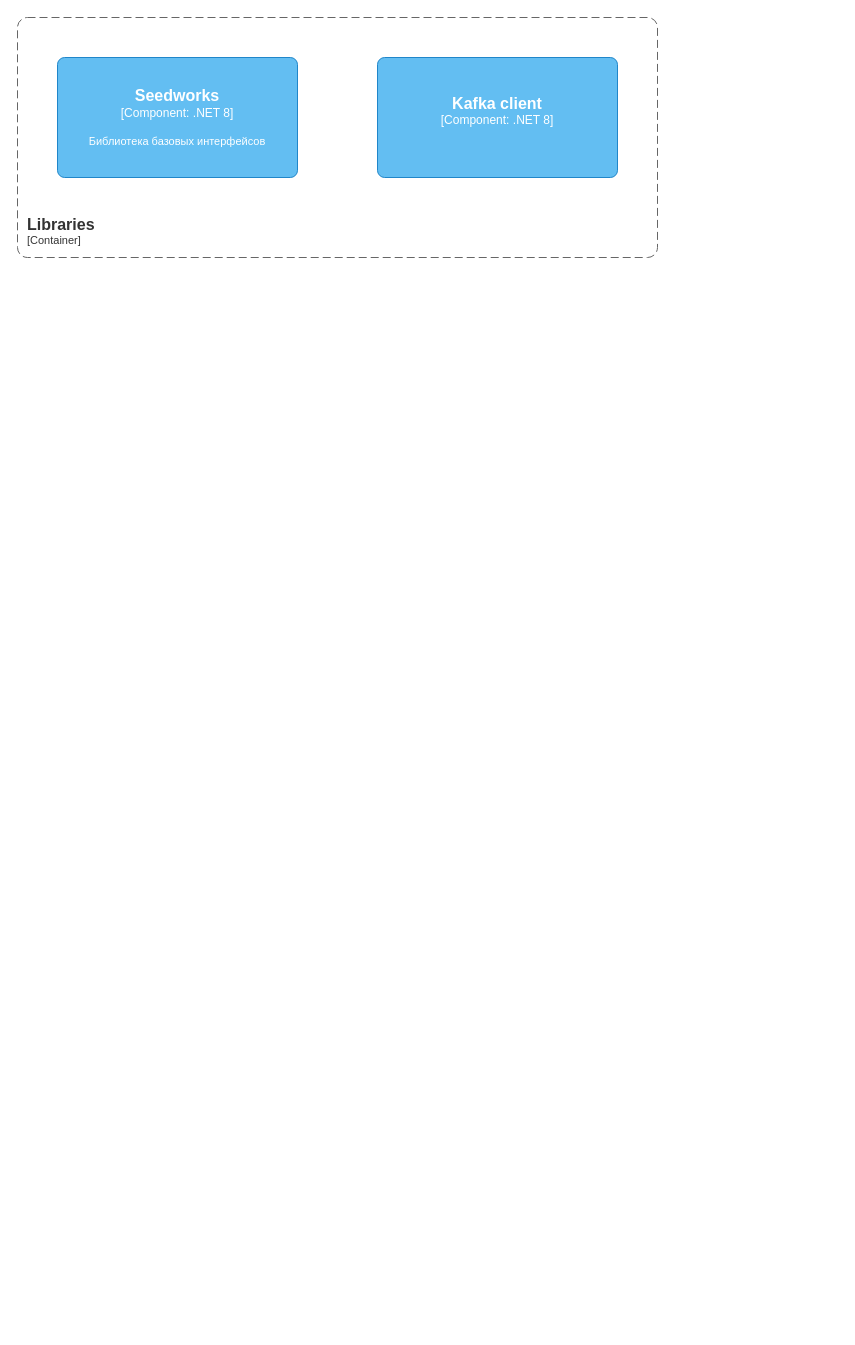
Ekstrem/DigiTFactory.Arch keeps this draw.io diagram as page "Container Libraries" (2 of 2) of plan.drawio. Above is the earlier version. Source tidied: cells renumbered, new cells numbered last; positions are measured from the earlier drawing's top-left corner, leaving out a move shared by most shapes. Both pictures are drawn from the tidied source at 100%, with x=0, y=0 at pixel (17, 17).
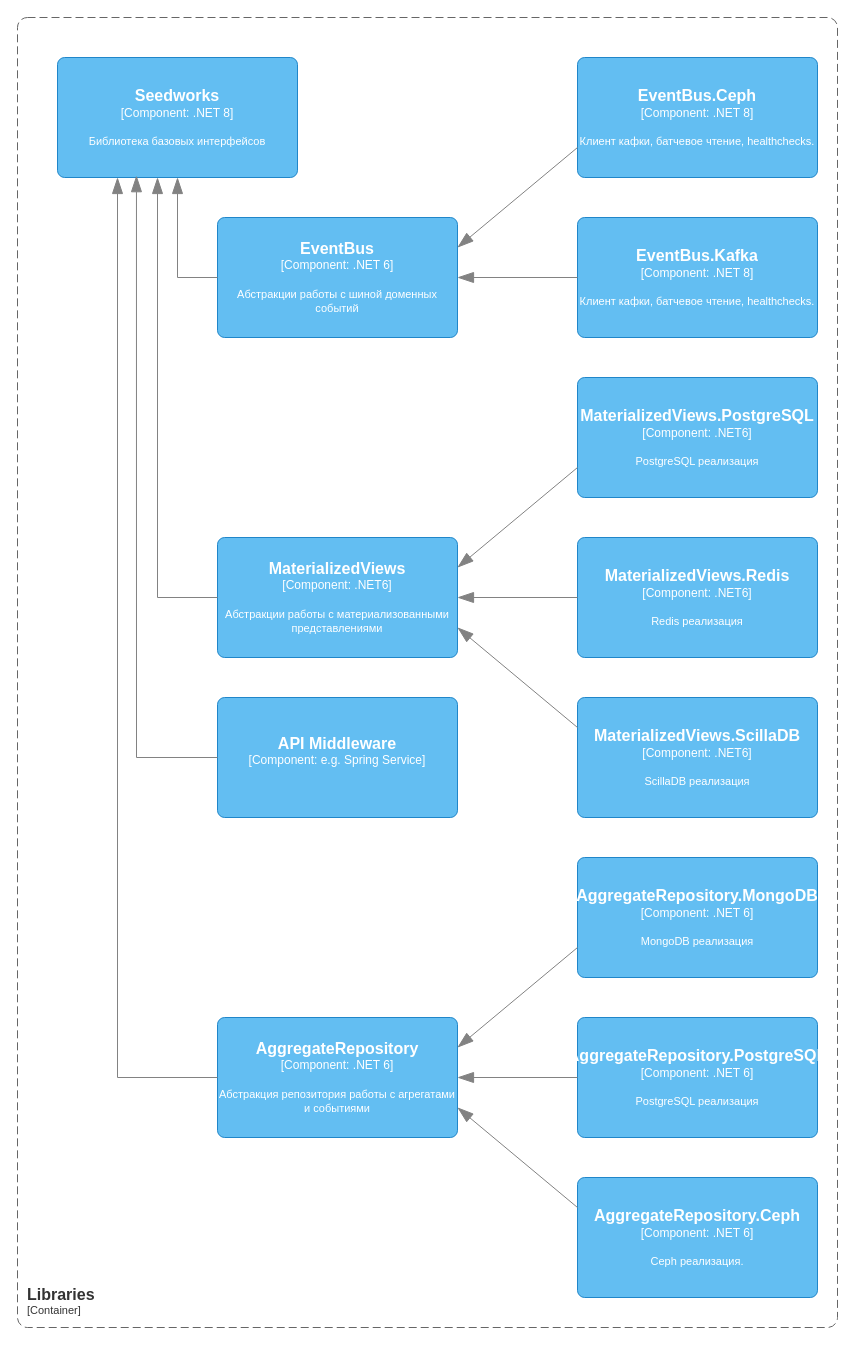
The same page after the edit.

The change refers to these unchanged cells:
```xml
<object id="2" label="&lt;font style=&quot;font-size: 16px&quot;&gt;&lt;b&gt;%c4Name%&lt;/b&gt;&lt;/font&gt;&lt;div&gt;[%c4Type%: %c4Technology%]&lt;/div&gt;&lt;br&gt;&lt;div&gt;&lt;font style=&quot;font-size: 11px&quot;&gt;%c4Description%&lt;/font&gt;&lt;/div&gt;" c4Description="Библиотека базовых интерфейсов" c4Name="Seedworks" c4Technology=".NET 8" c4Type="Component" placeholders="1">
  <mxCell style="rounded=1;whiteSpace=wrap;html=1;labelBackgroundColor=none;fillColor=#63BEF2;fontColor=#ffffff;align=center;arcSize=6;strokeColor=#2086C9;points=[[0.25,0,0],[0.5,0,0],[0.75,0,0],[1,0.25,0],[1,0.5,0],[1,0.75,0],[0.75,1,0],[0.5,1,0],[0.25,1,0],[0,0.75,0],[0,0.5,0],[0,0.25,0]];" parent="1" vertex="1">
    <mxGeometry x="40" y="40" width="240" height="120" as="geometry" />
  </mxCell>
</object>
```

What changed in the source:
```diff
@@
-    <object id="3" label="&lt;font style=&quot;font-size: 16px&quot;&gt;&lt;b&gt;%c4Name%&lt;/b&gt;&lt;/font&gt;&lt;div&gt;[%c4Type%: %c4Technology%]&lt;/div&gt;&lt;br&gt;&lt;div&gt;&lt;font style=&quot;font-size: 11px&quot;&gt;%c4Description%&lt;/font&gt;&lt;/div&gt;" c4Description="" c4Name="Kafka client" c4Technology=".NET 8" c4Type="Component" placeholders="1">
+    <object id="3" label="&lt;font style=&quot;font-size: 16px&quot;&gt;&lt;b&gt;%c4Name%&lt;/b&gt;&lt;/font&gt;&lt;div&gt;[%c4Type%: %c4Technology%]&lt;/div&gt;&lt;br&gt;&lt;div&gt;&lt;font style=&quot;font-size: 11px&quot;&gt;%c4Description%&lt;/font&gt;&lt;/div&gt;" c4Description="Клиент кафки, батчевое чтение, healthchecks." c4Name="EventBus.Kafka" c4Technology=".NET 8" c4Type="Component" placeholders="1">
       <mxCell style="rounded=1;whiteSpace=wrap;html=1;labelBackgroundColor=none;fillColor=#63BEF2;fontColor=#ffffff;align=center;arcSize=6;strokeColor=#2086C9;points=[[0.25,0,0],[0.5,0,0],[0.75,0,0],[1,0.25,0],[1,0.5,0],[1,0.75,0],[0.75,1,0],[0.5,1,0],[0.25,1,0],[0,0.75,0],[0,0.5,0],[0,0.25,0]];" parent="1" vertex="1">
-        <mxGeometry x="360" y="40" width="240" height="120" as="geometry" />
+        <mxGeometry x="560" y="200" width="240" height="120" as="geometry" />
       </mxCell>
     </object>
     <object id="4" label="&lt;font style=&quot;font-size: 16px&quot;&gt;&lt;b&gt;&lt;div style=&quot;text-align: left&quot;&gt;%c4Name%&lt;/div&gt;&lt;/b&gt;&lt;/font&gt;&lt;div style=&quot;text-align: left&quot;&gt;[%c4Application%]&lt;/div&gt;" c4Application="Container" c4Name="Libraries" placeholders="1">
       <mxCell style="rounded=1;fontSize=11;whiteSpace=wrap;html=1;dashed=1;arcSize=20;fillColor=none;strokeColor=#666666;fontColor=#333333;labelBackgroundColor=none;align=left;verticalAlign=bottom;labelBorderColor=none;spacingTop=0;spacing=10;dashPattern=8 4;perimeter=rectanglePerimeter;noLabel=0;labelPadding=0;absoluteArcSize=1;" parent="1" vertex="1">
-        <mxGeometry width="640" height="240" as="geometry" />
+        <mxGeometry width="820" height="1310" as="geometry" />
       </mxCell>
     </object>
+    <object id="5" label="&lt;font style=&quot;font-size: 16px&quot;&gt;&lt;b&gt;%c4Name%&lt;/b&gt;&lt;/font&gt;&lt;div&gt;[%c4Type%: %c4Technology%]&lt;/div&gt;&lt;br&gt;&lt;div&gt;&lt;font style=&quot;font-size: 11px&quot;&gt;%c4Description%&lt;/font&gt;&lt;/div&gt;" c4Description="Абстракции работы с материализованными представлениями" c4Name="MaterializedViews" c4Technology=".NET6" c4Type="Component" placeholders="1">
+      <mxCell style="rounded=1;whiteSpace=wrap;html=1;labelBackgroundColor=none;fillColor=#63BEF2;fontColor=#ffffff;align=center;arcSize=6;strokeColor=#2086C9;points=[[0.25,0,0],[0.5,0,0],[0.75,0,0],[1,0.25,0],[1,0.5,0],[1,0.75,0],[0.75,1,0],[0.5,1,0],[0.25,1,0],[0,0.75,0],[0,0.5,0],[0,0.25,0]];" parent="1" vertex="1">
+        <mxGeometry x="200" y="520" width="240" height="120" as="geometry" />
+      </mxCell>
+    </object>
+    <object id="6" label="&lt;font style=&quot;font-size: 16px&quot;&gt;&lt;b&gt;%c4Name%&lt;/b&gt;&lt;/font&gt;&lt;div&gt;[%c4Type%: %c4Technology%]&lt;/div&gt;&lt;br&gt;&lt;div&gt;&lt;font style=&quot;font-size: 11px&quot;&gt;%c4Description%&lt;/font&gt;&lt;/div&gt;" c4Description="Абстракции работы с шиной доменных событий" c4Name="EventBus" c4Technology=".NET 6" c4Type="Component" placeholders="1">
+      <mxCell style="rounded=1;whiteSpace=wrap;html=1;labelBackgroundColor=none;fillColor=#63BEF2;fontColor=#ffffff;align=center;arcSize=6;strokeColor=#2086C9;points=[[0.25,0,0],[0.5,0,0],[0.75,0,0],[1,0.25,0],[1,0.5,0],[1,0.75,0],[0.75,1,0],[0.5,1,0],[0.25,1,0],[0,0.75,0],[0,0.5,0],[0,0.25,0]];" parent="1" vertex="1">
+        <mxGeometry x="200" y="200" width="240" height="120" as="geometry" />
+      </mxCell>
+    </object>
+    <mxCell id="7" style="endArrow=blockThin;html=1;fontSize=10;fontColor=#404040;strokeWidth=1;endFill=1;strokeColor=#828282;elbow=vertical;endSize=14;startSize=14;jumpStyle=arc;jumpSize=16;rounded=0;edgeStyle=orthogonalEdgeStyle;exitX=0;exitY=0.5;exitDx=0;exitDy=0;exitPerimeter=0;entryX=0.5;entryY=1;entryDx=0;entryDy=0;entryPerimeter=0;" parent="1" edge="1" source="6" target="2">
+      <mxGeometry relative="1" as="geometry" />
+    </mxCell>
+    <mxCell id="8" style="endArrow=blockThin;html=1;fontSize=10;fontColor=#404040;strokeWidth=1;endFill=1;strokeColor=#828282;elbow=vertical;endSize=14;startSize=14;jumpStyle=arc;jumpSize=16;rounded=0;edgeStyle=orthogonalEdgeStyle;exitX=0;exitY=0.5;exitDx=0;exitDy=0;exitPerimeter=0;" parent="1" edge="1" source="5">
+      <mxGeometry relative="1" as="geometry">
+        <mxPoint x="140" y="160" as="targetPoint" />
+        <Array as="points">
+          <mxPoint x="140" y="580" />
+        </Array>
+      </mxGeometry>
+    </mxCell>
+    <object id="9" label="&lt;font style=&quot;font-size: 16px&quot;&gt;&lt;b&gt;%c4Name%&lt;/b&gt;&lt;/font&gt;&lt;div&gt;[%c4Type%: %c4Technology%]&lt;/div&gt;&lt;br&gt;&lt;div&gt;&lt;font style=&quot;font-size: 11px&quot;&gt;%c4Description%&lt;/font&gt;&lt;/div&gt;" c4Description="PostgreSQL реализация" c4Name="MaterializedViews.PostgreSQL" c4Technology=".NET6" c4Type="Component" placeholders="1">
+      <mxCell style="rounded=1;whiteSpace=wrap;html=1;labelBackgroundColor=none;fillColor=#63BEF2;fontColor=#ffffff;align=center;arcSize=6;strokeColor=#2086C9;points=[[0.25,0,0],[0.5,0,0],[0.75,0,0],[1,0.25,0],[1,0.5,0],[1,0.75,0],[0.75,1,0],[0.5,1,0],[0.25,1,0],[0,0.75,0],[0,0.5,0],[0,0.25,0]];" parent="1" vertex="1">
+        <mxGeometry x="560" y="360" width="240" height="120" as="geometry" />
+      </mxCell>
+    </object>
+    <object id="10" label="&lt;font style=&quot;font-size: 16px&quot;&gt;&lt;b&gt;%c4Name%&lt;/b&gt;&lt;/font&gt;&lt;div&gt;[%c4Type%: %c4Technology%]&lt;/div&gt;&lt;br&gt;&lt;div&gt;&lt;font style=&quot;font-size: 11px&quot;&gt;%c4Description%&lt;/font&gt;&lt;/div&gt;" c4Description="" c4Name="API Middleware" c4Technology="e.g. Spring Service" c4Type="Component" placeholders="1">
+      <mxCell style="rounded=1;whiteSpace=wrap;html=1;labelBackgroundColor=none;fillColor=#63BEF2;fontColor=#ffffff;align=center;arcSize=6;strokeColor=#2086C9;points=[[0.25,0,0],[0.5,0,0],[0.75,0,0],[1,0.25,0],[1,0.5,0],[1,0.75,0],[0.75,1,0],[0.5,1,0],[0.25,1,0],[0,0.75,0],[0,0.5,0],[0,0.25,0]];" parent="1" vertex="1">
+        <mxGeometry x="200" y="680" width="240" height="120" as="geometry" />
+      </mxCell>
+    </object>
+    <mxCell id="11" style="endArrow=blockThin;html=1;fontSize=10;fontColor=#404040;strokeWidth=1;endFill=1;strokeColor=#828282;elbow=vertical;endSize=14;startSize=14;jumpStyle=arc;jumpSize=16;rounded=0;edgeStyle=orthogonalEdgeStyle;exitX=0;exitY=0.5;exitDx=0;exitDy=0;exitPerimeter=0;entryX=0.329;entryY=0.985;entryDx=0;entryDy=0;entryPerimeter=0;" parent="1" edge="1" source="10" target="2">
+      <mxGeometry relative="1" as="geometry" />
+    </mxCell>
+    <mxCell id="12" style="endArrow=blockThin;html=1;fontSize=10;fontColor=#404040;strokeWidth=1;endFill=1;strokeColor=#828282;elbow=vertical;endSize=14;startSize=14;jumpStyle=arc;jumpSize=16;rounded=0;edgeStyle=orthogonalEdgeStyle;exitX=0;exitY=0.5;exitDx=0;exitDy=0;exitPerimeter=0;entryX=1;entryY=0.5;entryDx=0;entryDy=0;entryPerimeter=0;" parent="1" edge="1" source="3" target="6">
+      <mxGeometry relative="1" as="geometry" />
+    </mxCell>
+    <mxCell id="13" style="endArrow=blockThin;html=1;fontSize=10;fontColor=#404040;strokeWidth=1;endFill=1;strokeColor=#828282;elbow=vertical;endSize=14;startSize=14;jumpStyle=arc;jumpSize=16;rounded=0;exitX=0;exitY=0.75;exitDx=0;exitDy=0;exitPerimeter=0;entryX=1;entryY=0.25;entryDx=0;entryDy=0;entryPerimeter=0;" parent="1" edge="1" source="9" target="5">
+      <mxGeometry relative="1" as="geometry" />
+    </mxCell>
+    <object id="14" label="&lt;font style=&quot;font-size: 16px&quot;&gt;&lt;b&gt;%c4Name%&lt;/b&gt;&lt;/font&gt;&lt;div&gt;[%c4Type%: %c4Technology%]&lt;/div&gt;&lt;br&gt;&lt;div&gt;&lt;font style=&quot;font-size: 11px&quot;&gt;%c4Description%&lt;/font&gt;&lt;/div&gt;" c4Description="Redis реализация" c4Name="MaterializedViews.Redis" c4Technology=".NET6" c4Type="Component" placeholders="1">
+      <mxCell style="rounded=1;whiteSpace=wrap;html=1;labelBackgroundColor=none;fillColor=#63BEF2;fontColor=#ffffff;align=center;arcSize=6;strokeColor=#2086C9;points=[[0.25,0,0],[0.5,0,0],[0.75,0,0],[1,0.25,0],[1,0.5,0],[1,0.75,0],[0.75,1,0],[0.5,1,0],[0.25,1,0],[0,0.75,0],[0,0.5,0],[0,0.25,0]];" parent="1" vertex="1">
+        <mxGeometry x="560" y="520" width="240" height="120" as="geometry" />
+      </mxCell>
+    </object>
+    <object id="15" label="&lt;font style=&quot;font-size: 16px&quot;&gt;&lt;b&gt;%c4Name%&lt;/b&gt;&lt;/font&gt;&lt;div&gt;[%c4Type%: %c4Technology%]&lt;/div&gt;&lt;br&gt;&lt;div&gt;&lt;font style=&quot;font-size: 11px&quot;&gt;%c4Description%&lt;/font&gt;&lt;/div&gt;" c4Description="ScillaDB реализация" c4Name="MaterializedViews.ScillaDB" c4Technology=".NET6" c4Type="Component" placeholders="1">
+      <mxCell style="rounded=1;whiteSpace=wrap;html=1;labelBackgroundColor=none;fillColor=#63BEF2;fontColor=#ffffff;align=center;arcSize=6;strokeColor=#2086C9;points=[[0.25,0,0],[0.5,0,0],[0.75,0,0],[1,0.25,0],[1,0.5,0],[1,0.75,0],[0.75,1,0],[0.5,1,0],[0.25,1,0],[0,0.75,0],[0,0.5,0],[0,0.25,0]];" parent="1" vertex="1">
+        <mxGeometry x="560" y="680" width="240" height="120" as="geometry" />
+      </mxCell>
+    </object>
+    <mxCell id="16" style="endArrow=blockThin;html=1;fontSize=10;fontColor=#404040;strokeWidth=1;endFill=1;strokeColor=#828282;elbow=vertical;endSize=14;startSize=14;jumpStyle=arc;jumpSize=16;rounded=0;entryX=1;entryY=0.75;entryDx=0;entryDy=0;entryPerimeter=0;exitX=0;exitY=0.25;exitDx=0;exitDy=0;exitPerimeter=0;" parent="1" edge="1" source="15" target="5">
+      <mxGeometry relative="1" as="geometry" />
+    </mxCell>
+    <mxCell id="17" style="endArrow=blockThin;html=1;fontSize=10;fontColor=#404040;strokeWidth=1;endFill=1;strokeColor=#828282;elbow=vertical;endSize=14;startSize=14;jumpStyle=arc;jumpSize=16;rounded=0;edgeStyle=orthogonalEdgeStyle;exitX=0;exitY=0.5;exitDx=0;exitDy=0;exitPerimeter=0;entryX=1;entryY=0.5;entryDx=0;entryDy=0;entryPerimeter=0;" parent="1" edge="1" source="14" target="5">
+      <mxGeometry relative="1" as="geometry" />
+    </mxCell>
+    <object id="18" label="&lt;font style=&quot;font-size: 16px&quot;&gt;&lt;b&gt;%c4Name%&lt;/b&gt;&lt;/font&gt;&lt;div&gt;[%c4Type%: %c4Technology%]&lt;/div&gt;&lt;br&gt;&lt;div&gt;&lt;font style=&quot;font-size: 11px&quot;&gt;%c4Description%&lt;/font&gt;&lt;/div&gt;" c4Description="Абстракция репозитория работы с агрегатами и событиями" c4Name="AggregateRepository" c4Technology=".NET 6" c4Type="Component" placeholders="1">
+      <mxCell style="rounded=1;whiteSpace=wrap;html=1;labelBackgroundColor=none;fillColor=#63BEF2;fontColor=#ffffff;align=center;arcSize=6;strokeColor=#2086C9;points=[[0.25,0,0],[0.5,0,0],[0.75,0,0],[1,0.25,0],[1,0.5,0],[1,0.75,0],[0.75,1,0],[0.5,1,0],[0.25,1,0],[0,0.75,0],[0,0.5,0],[0,0.25,0]];" parent="1" vertex="1">
+        <mxGeometry x="200" y="1000" width="240" height="120" as="geometry" />
+      </mxCell>
+    </object>
+    <mxCell id="19" style="endArrow=blockThin;html=1;fontSize=10;fontColor=#404040;strokeWidth=1;endFill=1;strokeColor=#828282;elbow=vertical;endSize=14;startSize=14;jumpStyle=arc;jumpSize=16;rounded=0;edgeStyle=orthogonalEdgeStyle;exitX=0;exitY=0.5;exitDx=0;exitDy=0;exitPerimeter=0;entryX=0.25;entryY=1;entryDx=0;entryDy=0;entryPerimeter=0;" parent="1" edge="1" source="18" target="2">
+      <mxGeometry relative="1" as="geometry" />
+    </mxCell>
+    <object id="20" label="&lt;font style=&quot;font-size: 16px&quot;&gt;&lt;b&gt;%c4Name%&lt;/b&gt;&lt;/font&gt;&lt;div&gt;[%c4Type%: %c4Technology%]&lt;/div&gt;&lt;br&gt;&lt;div&gt;&lt;font style=&quot;font-size: 11px&quot;&gt;%c4Description%&lt;/font&gt;&lt;/div&gt;" c4Description="MongoDB реализация" c4Name="AggregateRepository.MongoDB" c4Technology=".NET 6" c4Type="Component" placeholders="1">
+      <mxCell style="rounded=1;whiteSpace=wrap;html=1;labelBackgroundColor=none;fillColor=#63BEF2;fontColor=#ffffff;align=center;arcSize=6;strokeColor=#2086C9;points=[[0.25,0,0],[0.5,0,0],[0.75,0,0],[1,0.25,0],[1,0.5,0],[1,0.75,0],[0.75,1,0],[0.5,1,0],[0.25,1,0],[0,0.75,0],[0,0.5,0],[0,0.25,0]];" parent="1" vertex="1">
+        <mxGeometry x="560" y="840" width="240" height="120" as="geometry" />
+      </mxCell>
+    </object>
+    <object id="21" label="&lt;font style=&quot;font-size: 16px&quot;&gt;&lt;b&gt;%c4Name%&lt;/b&gt;&lt;/font&gt;&lt;div&gt;[%c4Type%: %c4Technology%]&lt;/div&gt;&lt;br&gt;&lt;div&gt;&lt;font style=&quot;font-size: 11px&quot;&gt;%c4Description%&lt;/font&gt;&lt;/div&gt;" c4Description="Клиент кафки, батчевое чтение, healthchecks." c4Name="EventBus.Ceph" c4Technology=".NET 8" c4Type="Component" placeholders="1">
+      <mxCell style="rounded=1;whiteSpace=wrap;html=1;labelBackgroundColor=none;fillColor=#63BEF2;fontColor=#ffffff;align=center;arcSize=6;strokeColor=#2086C9;points=[[0.25,0,0],[0.5,0,0],[0.75,0,0],[1,0.25,0],[1,0.5,0],[1,0.75,0],[0.75,1,0],[0.5,1,0],[0.25,1,0],[0,0.75,0],[0,0.5,0],[0,0.25,0]];" parent="1" vertex="1">
+        <mxGeometry x="560" y="40" width="240" height="120" as="geometry" />
+      </mxCell>
+    </object>
+    <mxCell id="22" style="endArrow=blockThin;html=1;fontSize=10;fontColor=#404040;strokeWidth=1;endFill=1;strokeColor=#828282;elbow=vertical;endSize=14;startSize=14;jumpStyle=arc;jumpSize=16;rounded=0;entryX=1;entryY=0.25;entryDx=0;entryDy=0;entryPerimeter=0;exitX=0;exitY=0.75;exitDx=0;exitDy=0;exitPerimeter=0;" parent="1" edge="1" source="21" target="6">
+      <mxGeometry relative="1" as="geometry" />
+    </mxCell>
+    <mxCell id="23" style="endArrow=blockThin;html=1;fontSize=10;fontColor=#404040;strokeWidth=1;endFill=1;strokeColor=#828282;elbow=vertical;endSize=14;startSize=14;jumpStyle=arc;jumpSize=16;rounded=0;exitX=0;exitY=0.75;exitDx=0;exitDy=0;exitPerimeter=0;entryX=1;entryY=0.25;entryDx=0;entryDy=0;entryPerimeter=0;" parent="1" edge="1" source="20" target="18">
+      <mxGeometry relative="1" as="geometry" />
+    </mxCell>
+    <object id="24" label="&lt;font style=&quot;font-size: 16px&quot;&gt;&lt;b&gt;%c4Name%&lt;/b&gt;&lt;/font&gt;&lt;div&gt;[%c4Type%: %c4Technology%]&lt;/div&gt;&lt;br&gt;&lt;div&gt;&lt;font style=&quot;font-size: 11px&quot;&gt;%c4Description%&lt;/font&gt;&lt;/div&gt;" c4Description="PostgreSQL реализация" c4Name="AggregateRepository.PostgreSQL" c4Technology=".NET 6" c4Type="Component" placeholders="1">
+      <mxCell style="rounded=1;whiteSpace=wrap;html=1;labelBackgroundColor=none;fillColor=#63BEF2;fontColor=#ffffff;align=center;arcSize=6;strokeColor=#2086C9;points=[[0.25,0,0],[0.5,0,0],[0.75,0,0],[1,0.25,0],[1,0.5,0],[1,0.75,0],[0.75,1,0],[0.5,1,0],[0.25,1,0],[0,0.75,0],[0,0.5,0],[0,0.25,0]];" parent="1" vertex="1">
+        <mxGeometry x="560" y="1000" width="240" height="120" as="geometry" />
+      </mxCell>
+    </object>
+    <mxCell id="25" style="endArrow=blockThin;html=1;fontSize=10;fontColor=#404040;strokeWidth=1;endFill=1;strokeColor=#828282;elbow=vertical;endSize=14;startSize=14;jumpStyle=arc;jumpSize=16;rounded=0;edgeStyle=orthogonalEdgeStyle;exitX=0;exitY=0.5;exitDx=0;exitDy=0;exitPerimeter=0;entryX=1;entryY=0.5;entryDx=0;entryDy=0;entryPerimeter=0;" parent="1" edge="1" source="24" target="18">
+      <mxGeometry relative="1" as="geometry" />
+    </mxCell>
+    <object id="26" label="&lt;font style=&quot;font-size: 16px&quot;&gt;&lt;b&gt;%c4Name%&lt;/b&gt;&lt;/font&gt;&lt;div&gt;[%c4Type%: %c4Technology%]&lt;/div&gt;&lt;br&gt;&lt;div&gt;&lt;font style=&quot;font-size: 11px&quot;&gt;%c4Description%&lt;/font&gt;&lt;/div&gt;" c4Description="Ceph реализация." c4Name="AggregateRepository.Ceph" c4Technology=".NET 6" c4Type="Component" placeholders="1">
+      <mxCell style="rounded=1;whiteSpace=wrap;html=1;labelBackgroundColor=none;fillColor=#63BEF2;fontColor=#ffffff;align=center;arcSize=6;strokeColor=#2086C9;points=[[0.25,0,0],[0.5,0,0],[0.75,0,0],[1,0.25,0],[1,0.5,0],[1,0.75,0],[0.75,1,0],[0.5,1,0],[0.25,1,0],[0,0.75,0],[0,0.5,0],[0,0.25,0]];" parent="1" vertex="1">
+        <mxGeometry x="560" y="1160" width="240" height="120" as="geometry" />
+      </mxCell>
+    </object>
+    <mxCell id="27" style="endArrow=blockThin;html=1;fontSize=10;fontColor=#404040;strokeWidth=1;endFill=1;strokeColor=#828282;elbow=vertical;endSize=14;startSize=14;jumpStyle=arc;jumpSize=16;rounded=0;exitX=0;exitY=0.25;exitDx=0;exitDy=0;exitPerimeter=0;entryX=1;entryY=0.75;entryDx=0;entryDy=0;entryPerimeter=0;" parent="1" edge="1" source="26" target="18">
+      <mxGeometry relative="1" as="geometry" />
+    </mxCell>
```
